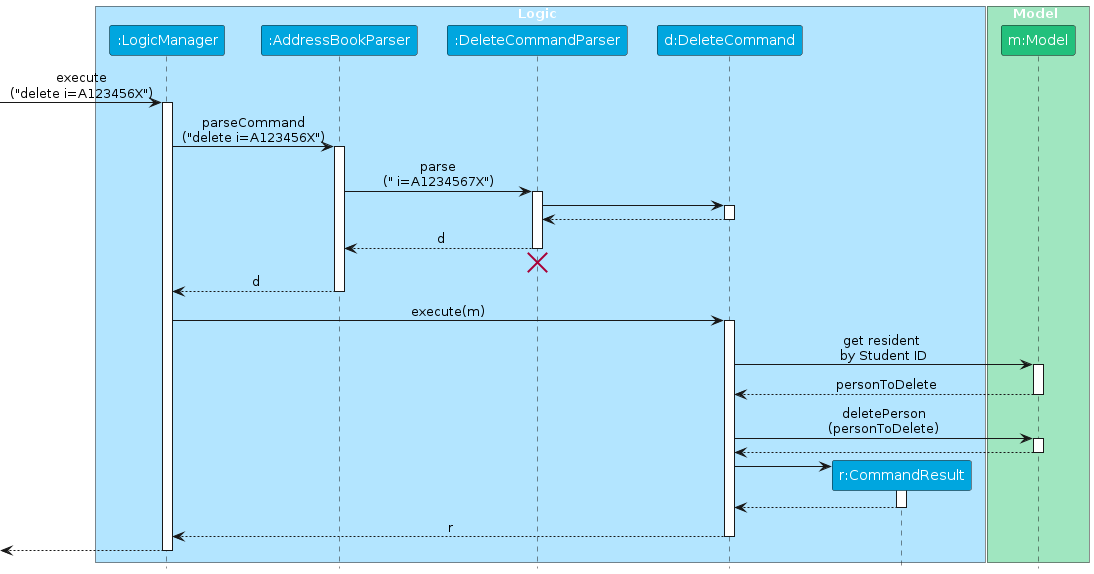
Above: diagrams/DeleteSequenceDiagram.png in AY2526S2-CS2103T-T15-1/tp (PlantUML), before the change. Its source is kept beside it as diagrams/DeleteSequenceDiagram.puml.
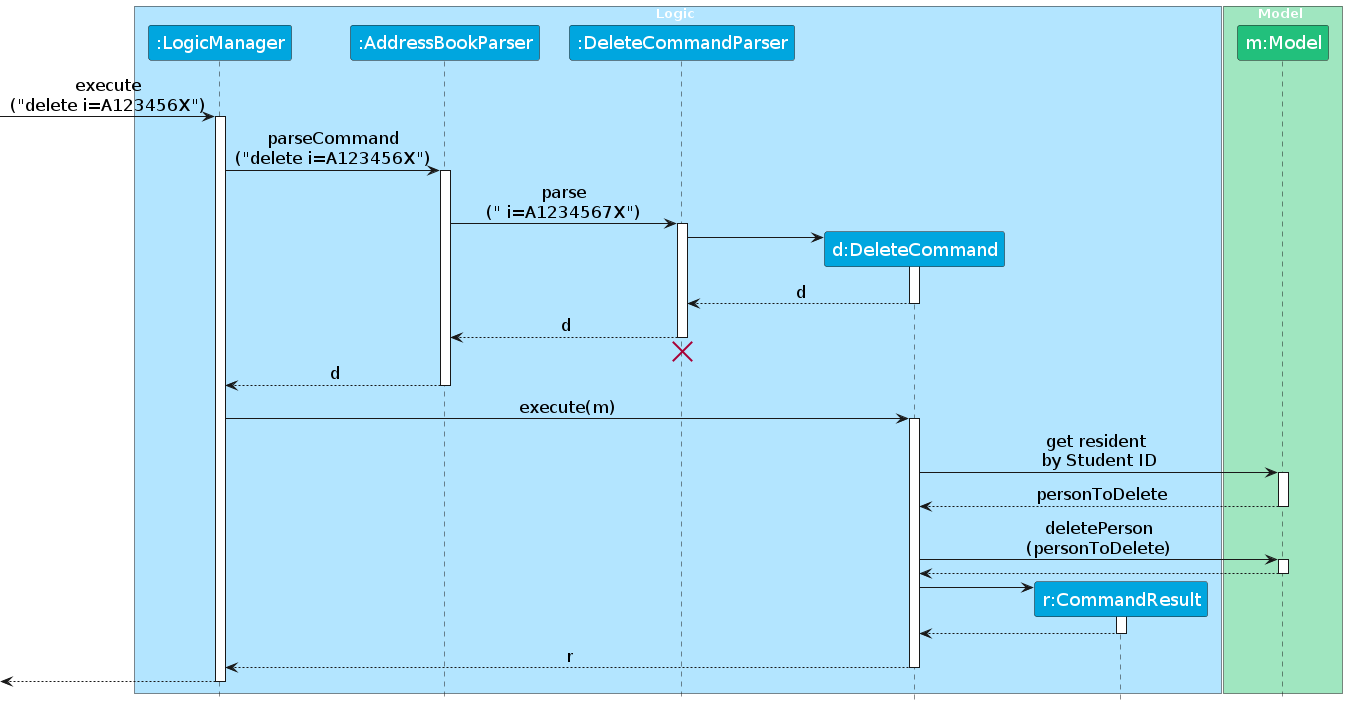
The same file after the commit.

Diff of the diagram source:
```diff
@@ -1,10 +1,10 @@
 @startuml
 !include style.puml
 skinparam ArrowFontStyle plain
+skinparam ArrowFontSize 17
 skinparam DefaultFontStyle plain
 skinparam SequenceParticipantFontStyle plain
-skinparam SequenceMessageFontStyle plain
-skinparam SequenceGroupFontStyle plain
+skinparam ParticipantFontSize 18
 
 box Logic LOGIC_COLOR_T1
 participant ":LogicManager" as LogicManager LOGIC_COLOR
@@ -27,10 +27,11 @@
 AddressBookParser -> DeleteCommandParser : parse\n(" i=A1234567X")
 activate DeleteCommandParser
 
+create DeleteCommand
 DeleteCommandParser -> DeleteCommand
 activate DeleteCommand
 
-DeleteCommand --> DeleteCommandParser :
+DeleteCommand --> DeleteCommandParser : d
 deactivate DeleteCommand
 
 DeleteCommandParser --> AddressBookParser : d
```
